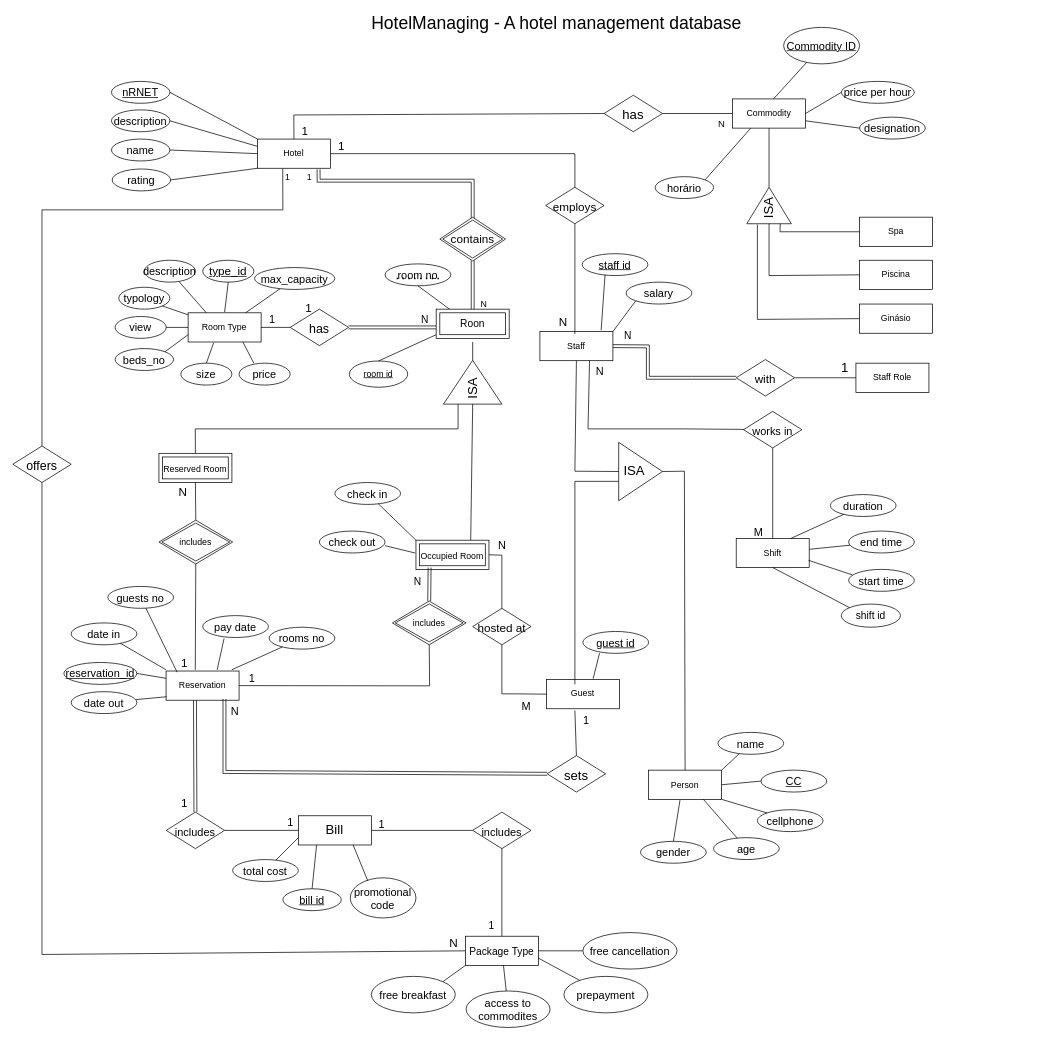
The draw.io diagram HotelManagingER.drawio in icbaptista/HotelManaging, before the edit. Source tidied: cells renumbered, new cells numbered last; positions are measured from the earlier drawing's top-left corner, leaving out a move shared by most shapes. Both pictures are drawn from the tidied source at 73%, with x=0, y=0 at pixel (12, 12).
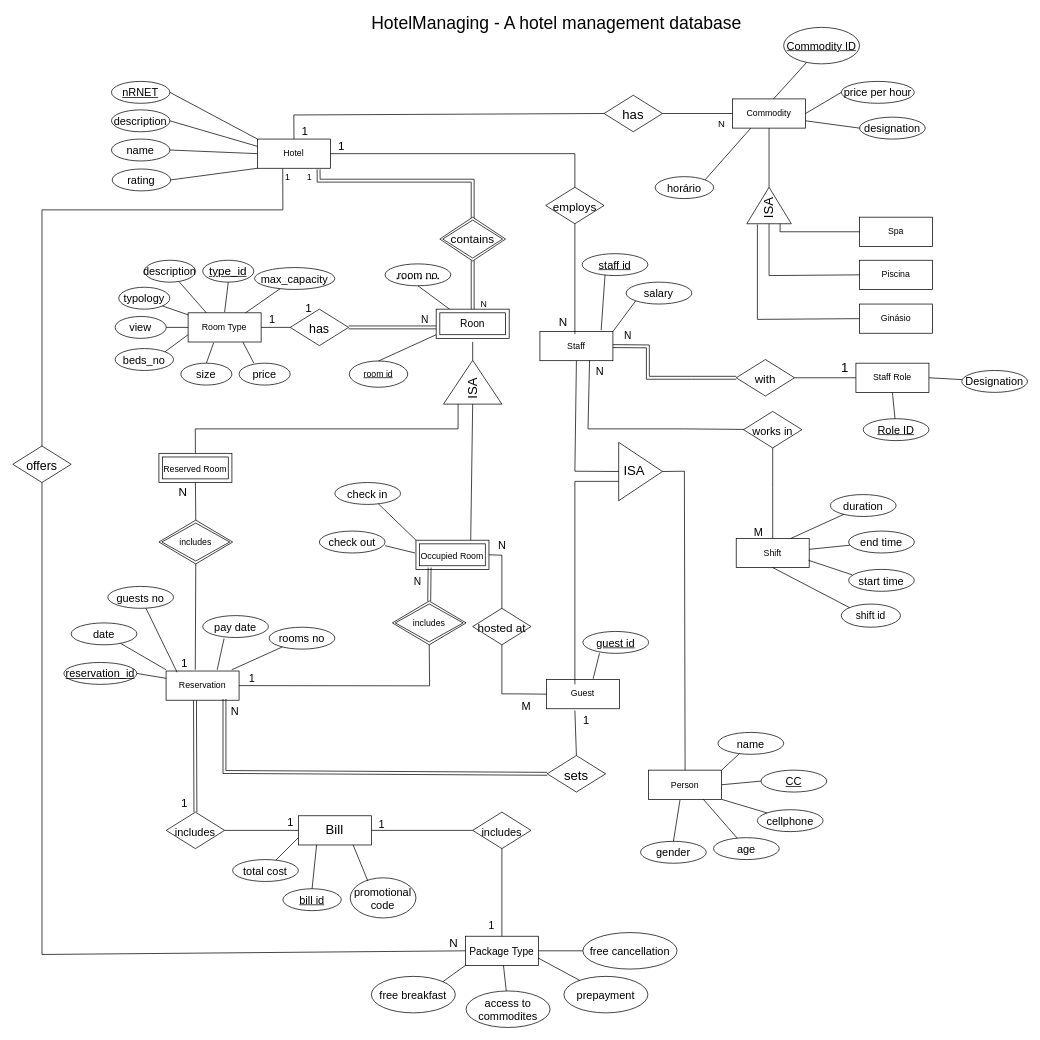
The same diagram, later.

Commit message:
Atributos da staff role

Unchanged cells that the change refers to:
```xml
<mxCell id="14" value="Staff Role" style="whiteSpace=wrap;html=1;align=center;fontSize=12;" parent="1" vertex="1">
  <mxGeometry x="1155" y="480" width="100" height="40" as="geometry" />
</mxCell>
<mxCell id="75" value="Reservation" style="whiteSpace=wrap;html=1;align=center;fontSize=12;" parent="1" vertex="1">
  <mxGeometry x="210" y="901.7" width="100" height="40" as="geometry" />
</mxCell>
```

The edit, as a diff of the source:
```diff
@@
-    <mxCell id="81" value="date in" style="ellipse;whiteSpace=wrap;html=1;fontFamily=Helvetica;fontSize=15;fontColor=default;" parent="1" vertex="1">
+    <mxCell id="81" value="date" style="ellipse;whiteSpace=wrap;html=1;fontFamily=Helvetica;fontSize=15;fontColor=default;" parent="1" vertex="1">
       <mxGeometry x="80" y="835.8" width="90" height="30" as="geometry" />
     </mxCell>
-    <mxCell id="82" value="date out" style="ellipse;whiteSpace=wrap;html=1;fontFamily=Helvetica;fontSize=15;fontColor=default;" parent="1" vertex="1">
-      <mxGeometry x="80" y="930" width="90" height="30" as="geometry" />
-    </mxCell>
@@
-    <mxCell id="84" style="endArrow=none;html=1;rounded=0;labelBackgroundColor=default;fontFamily=Helvetica;fontSize=15;fontColor=default;strokeColor=default;shape=connector;entryX=0.009;entryY=0.88;entryDx=0;entryDy=0;entryPerimeter=0;" parent="1" edge="1" source="82" target="75">
-      <mxGeometry relative="1" as="geometry" />
-    </mxCell>
@@
+    <mxCell id="191" value="&lt;u&gt;Role ID&lt;/u&gt;" style="ellipse;whiteSpace=wrap;html=1;fontFamily=Helvetica;fontSize=15;fontColor=default;" parent="1" vertex="1">
+      <mxGeometry x="1165" y="556.1" width="90" height="30" as="geometry" />
+    </mxCell>
+    <mxCell id="192" style="endArrow=none;html=1;rounded=0;fontSize=15;exitX=0.5;exitY=1;exitDx=0;exitDy=0;" parent="1" edge="1" source="14" target="191">
+      <mxGeometry relative="1" as="geometry" />
+    </mxCell>
+    <mxCell id="193" value="Designation" style="ellipse;whiteSpace=wrap;html=1;fontFamily=Helvetica;fontSize=15;fontColor=default;" parent="1" vertex="1">
+      <mxGeometry x="1300" y="490" width="90" height="30" as="geometry" />
+    </mxCell>
+    <mxCell id="194" style="endArrow=none;html=1;rounded=0;fontSize=15;exitX=1;exitY=0.5;exitDx=0;exitDy=0;" parent="1" edge="1" source="14" target="193">
+      <mxGeometry relative="1" as="geometry" />
+    </mxCell>
```
